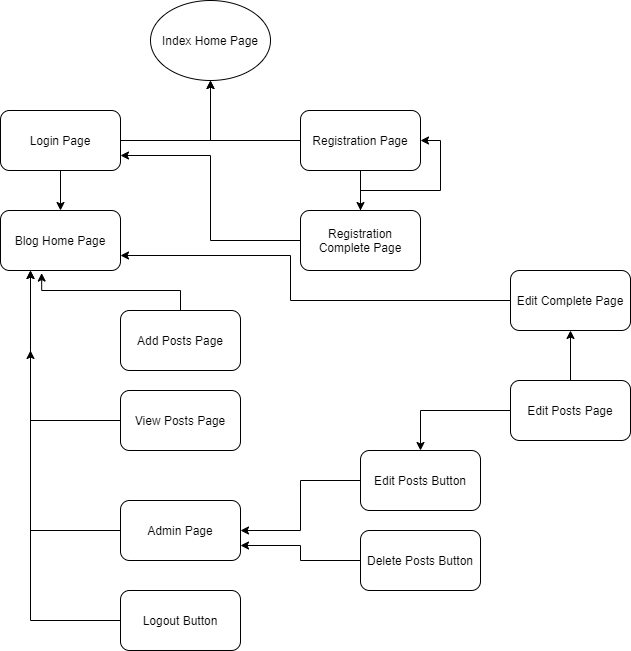
Earlier version of the draw.io export Site-Map.png (MrDuise/Blog-Project). Source tidied: cells renumbered, new cells last; positions are measured from the earlier drawing's top-left corner, leaving out a move shared by most shapes.
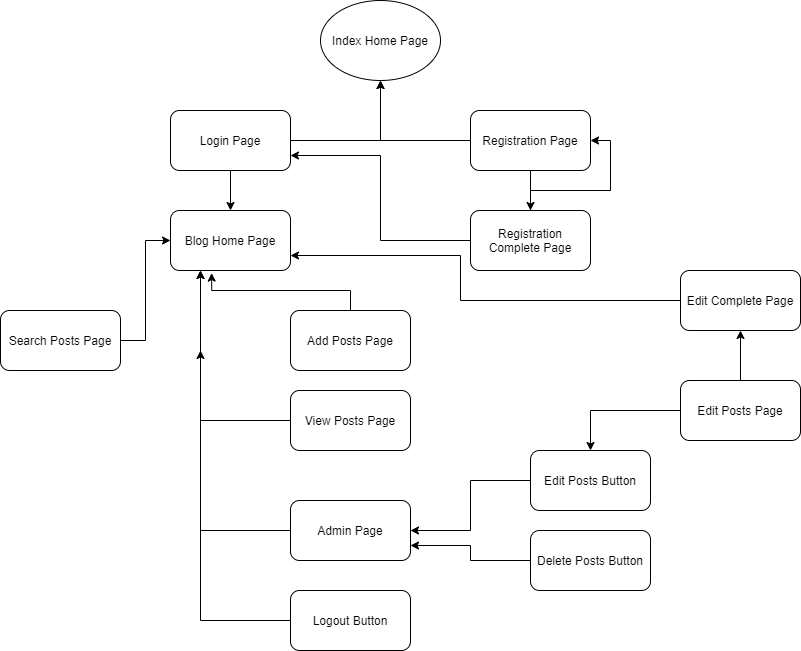
Later version of the same file.

Diff of the diagram source:
```diff
@@ -97,5 +97,11 @@
     <mxCell id="29" value="Edit Complete Page" style="rounded=1;whiteSpace=wrap;html=1;" parent="1" vertex="1">
       <mxGeometry x="510" y="270" width="120" height="60" as="geometry" />
     </mxCell>
+    <mxCell id="30" style="edgeStyle=orthogonalEdgeStyle;rounded=0;jettySize=auto;html=1;entryX=0;entryY=0.5;entryDx=0;entryDy=0;" parent="1" edge="1" source="31" target="12">
+      <mxGeometry relative="1" as="geometry" />
+    </mxCell>
+    <mxCell id="31" value="Search Posts Page" style="rounded=1;whiteSpace=wrap;html=1;" parent="1" vertex="1">
+      <mxGeometry x="-170" y="310" width="120" height="60" as="geometry" />
+    </mxCell>
   </root>
 </mxGraphModel>
```
